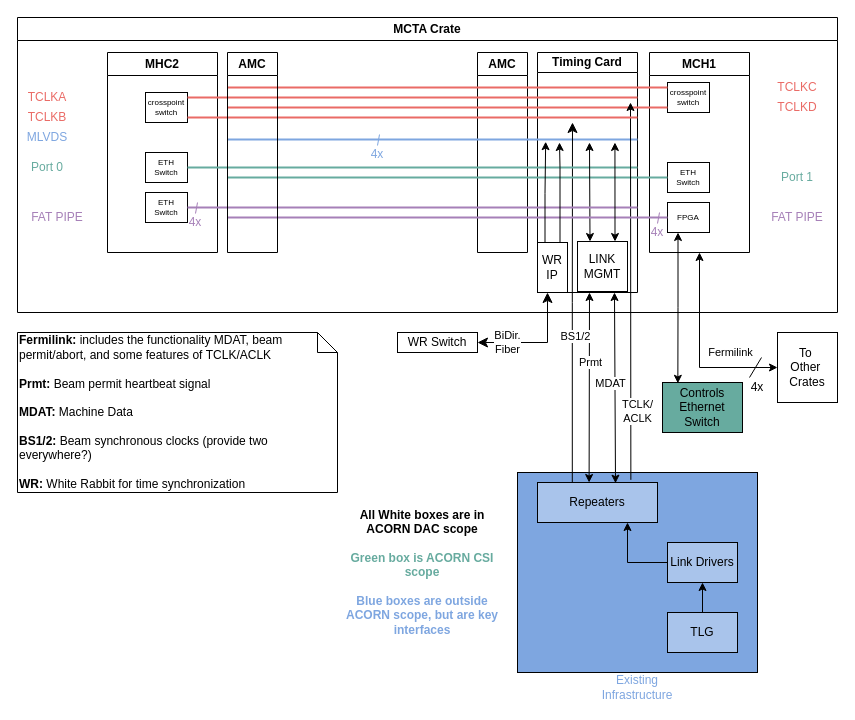
Earlier version of the draw.io diagram ACORN_DAC_timing.drawio (awhitbeck/drawio). Source tidied: cells renumbered, new cells numbered last; positions are measured from the earlier drawing's top-left corner, leaving out a move shared by most shapes. Both pictures are drawn from the tidied source at 100%, with x=0, y=0 at pixel (17, 17).
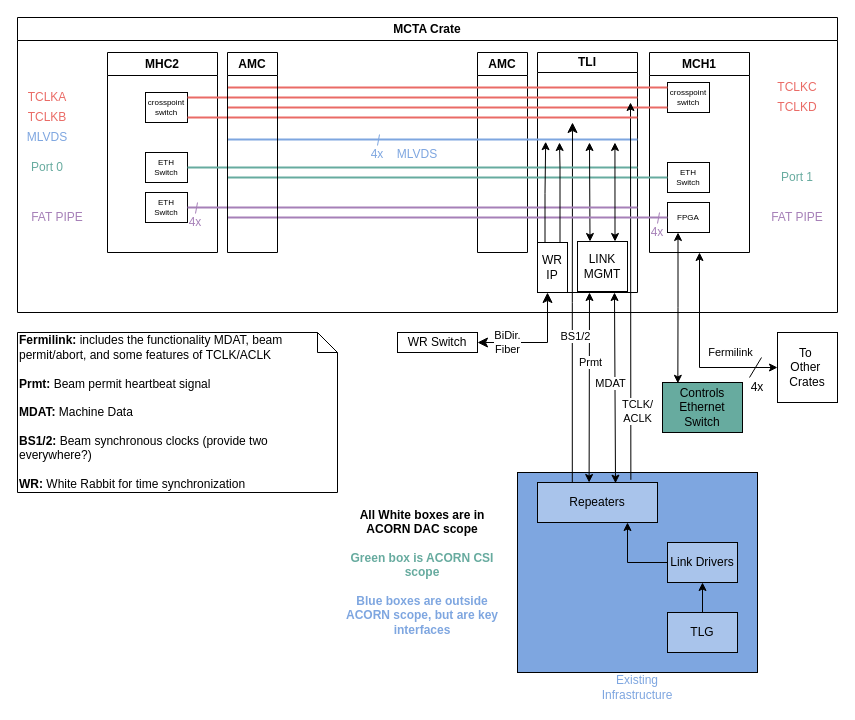
Above is the later version.

Unchanged cells that the change refers to:
```xml
<mxCell id="57" value="MCTA Crate" style="swimlane;whiteSpace=wrap;html=1;" parent="1" vertex="1">
  <mxGeometry width="820" height="295" as="geometry" />
</mxCell>
```

The edit, as a diff of the source:
```diff
@@
-    <mxCell id="9" value="Timing Card" style="swimlane;whiteSpace=wrap;html=1;startSize=20;" parent="1" vertex="1">
+    <mxCell id="9" value="TLI" style="swimlane;whiteSpace=wrap;html=1;startSize=20;" parent="1" vertex="1">
       <mxGeometry x="520" y="35" width="100" height="240" as="geometry" />
     </mxCell>
@@
+    <mxCell id="65" value="&lt;font color=&quot;#7ea6e0&quot;&gt;MLVDS&lt;/font&gt;" style="text;html=1;align=center;verticalAlign=middle;whiteSpace=wrap;rounded=0;strokeColor=none;" parent="57" vertex="1">
+      <mxGeometry x="370" y="122" width="60" height="30" as="geometry" />
+    </mxCell>
```
